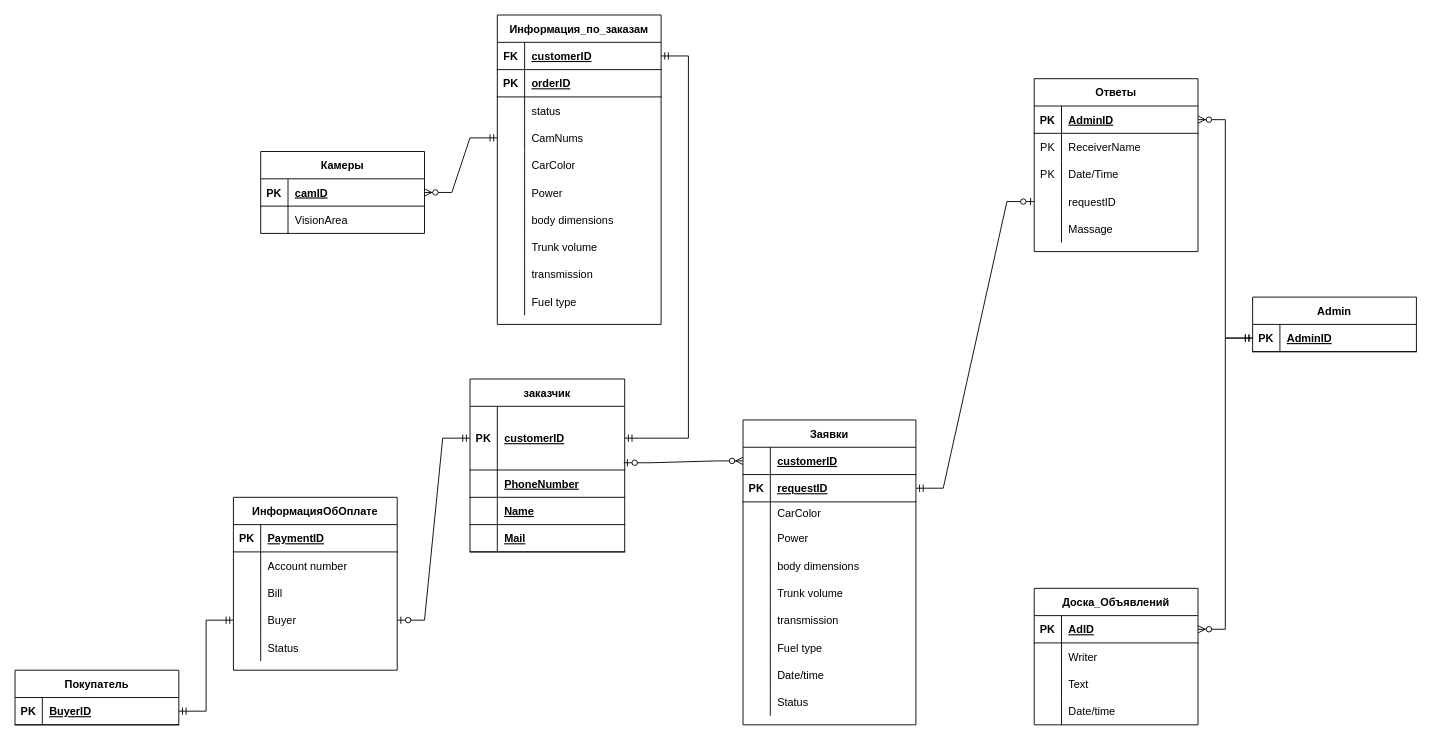
The draw.io diagram DIAGRAMS/ER.drawio in PashkoW/Repository1, before the edit. Source tidied: cells renumbered, new cells numbered last; positions are measured from the earlier drawing's top-left corner, leaving out a move shared by most shapes. Both pictures are drawn from the tidied source at 91%, with x=0, y=0 at pixel (15, 15).
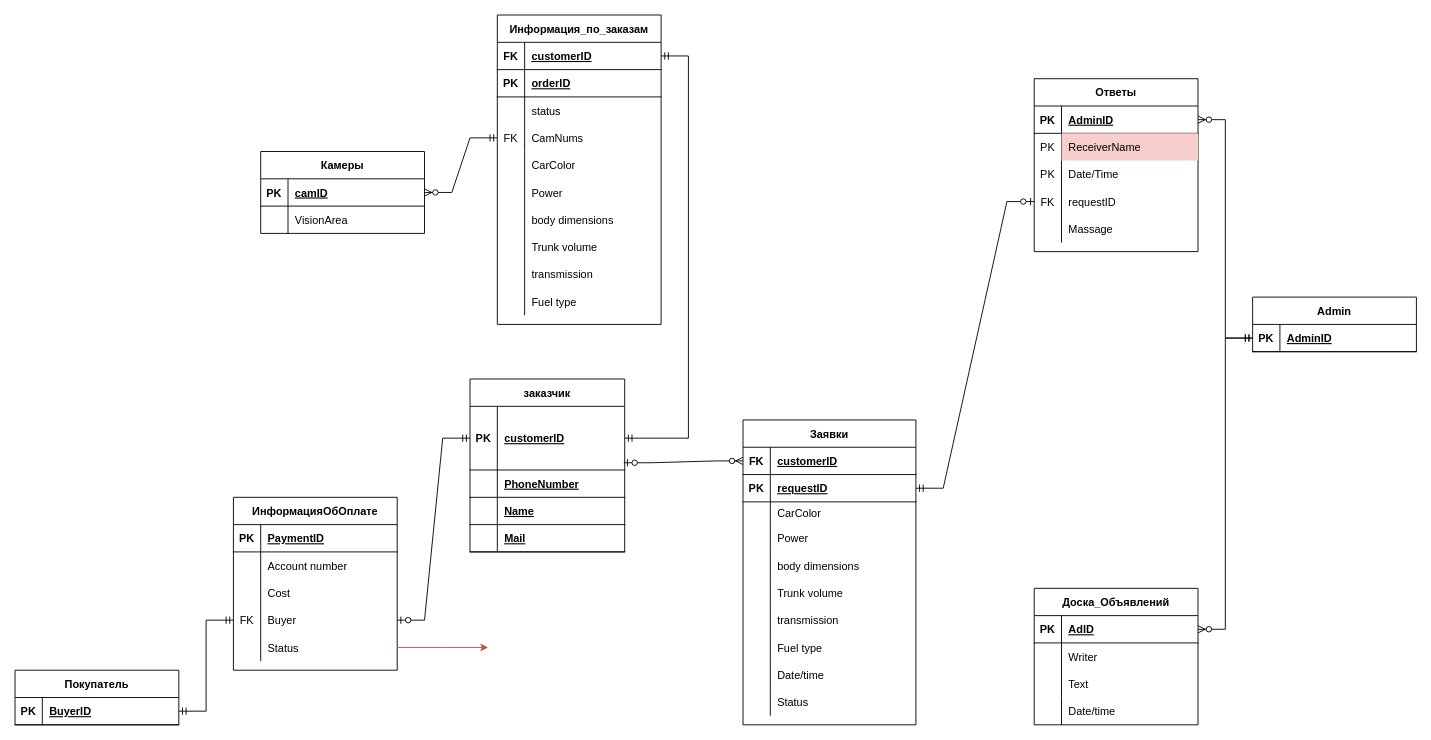
After the change.

The change refers to these unchanged cells:
```xml
<mxCell id="19" style="shape=partialRectangle;fillColor=none;top=0;left=0;bottom=0;right=0;" parent="15" vertex="1">
  <mxGeometry y="60" width="180" height="30" as="geometry" />
</mxCell>
<mxCell id="25" style="shape=partialRectangle;fillColor=none;top=0;left=0;bottom=0;right=0;points=[[0,0.5],[1,0.5]];portConstraint=eastwest;" parent="15" vertex="1">
  <mxGeometry y="120" width="180" height="30" as="geometry" />
</mxCell>
<mxCell id="41" style="shape=partialRectangle;fillColor=none;top=0;left=0;bottom=0;right=0;points=[[0,0.5],[1,0.5]];portConstraint=eastwest;" parent="31" vertex="1">
  <mxGeometry y="120" width="180" height="30" as="geometry" />
</mxCell>
<mxCell id="80" style="shape=partialRectangle;fillColor=none;top=0;left=0;bottom=1;right=0;points=[[0,0.5],[1,0.5]];portConstraint=eastwest;" parent="79" vertex="1">
  <mxGeometry y="30" width="190" height="30" as="geometry" />
</mxCell>
<mxCell id="117" style="shape=partialRectangle;fillColor=none;top=0;left=0;bottom=0;right=0;" parent="110" vertex="1">
  <mxGeometry y="90" width="180" height="30" as="geometry" />
</mxCell>
<mxCell id="120" style="shape=partialRectangle;fillColor=none;top=0;left=0;bottom=0;right=0;points=[[0,0.5],[1,0.5]];portConstraint=eastwest;" parent="110" vertex="1">
  <mxGeometry y="120" width="180" height="30" as="geometry" />
</mxCell>
<mxCell id="123" style="shape=partialRectangle;fillColor=none;top=0;left=0;bottom=0;right=0;points=[[0,0.5],[1,0.5]];portConstraint=eastwest;" parent="110" vertex="1">
  <mxGeometry y="150" width="180" height="30" as="geometry" />
</mxCell>
```

Diff of the diagram source:
```diff
@@
-    <mxCell id="21" value="ReceiverName" style="shape=partialRectangle;fillColor=none;top=0;left=0;bottom=0;right=0;align=left;spacingLeft=6;overflow=hidden;" parent="19" vertex="1">
+    <mxCell id="21" value="ReceiverName" style="shape=partialRectangle;fillColor=#f8cecc;top=0;left=0;bottom=0;right=0;align=left;spacingLeft=6;overflow=hidden;strokeColor=#b85450;" parent="19" vertex="1">
       <mxGeometry x="30" width="150" height="30" as="geometry" />
     </mxCell>
@@
-    <mxCell id="26" style="shape=partialRectangle;fillColor=none;top=0;left=0;bottom=0;right=0;overflow=hidden;" parent="25" vertex="1">
+    <mxCell id="26" value="FK" style="shape=partialRectangle;fillColor=none;top=0;left=0;bottom=0;right=0;overflow=hidden;" parent="25" vertex="1">
       <mxGeometry width="30" height="30" as="geometry" />
     </mxCell>
@@
-    <mxCell id="42" style="shape=partialRectangle;fillColor=none;top=0;left=0;bottom=0;right=0;overflow=hidden;" parent="41" vertex="1">
+    <mxCell id="42" value="FK" style="shape=partialRectangle;fillColor=none;top=0;left=0;bottom=0;right=0;overflow=hidden;" parent="41" vertex="1">
       <mxGeometry width="30" height="30" as="geometry" />
     </mxCell>
@@
-    <mxCell id="81" style="shape=partialRectangle;fillColor=none;top=0;left=0;bottom=0;right=0;fontStyle=1;overflow=hidden;" parent="80" vertex="1">
+    <mxCell id="81" value="FK" style="shape=partialRectangle;fillColor=none;top=0;left=0;bottom=0;right=0;fontStyle=1;overflow=hidden;" parent="80" vertex="1">
       <mxGeometry width="30" height="30" as="geometry" />
     </mxCell>
@@
-    <mxCell id="119" value="Bill" style="shape=partialRectangle;fillColor=none;top=0;left=0;bottom=0;right=0;align=left;spacingLeft=6;overflow=hidden;" parent="117" vertex="1">
+    <mxCell id="119" value="Cost" style="shape=partialRectangle;fillColor=none;top=0;left=0;bottom=0;right=0;align=left;spacingLeft=6;overflow=hidden;" parent="117" vertex="1">
       <mxGeometry x="30" width="150" height="30" as="geometry" />
     </mxCell>
@@
-    <mxCell id="121" style="shape=partialRectangle;fillColor=none;top=0;left=0;bottom=0;right=0;overflow=hidden;" parent="120" vertex="1">
+    <mxCell id="121" value="FK" style="shape=partialRectangle;fillColor=none;top=0;left=0;bottom=0;right=0;overflow=hidden;" parent="120" vertex="1">
       <mxGeometry width="30" height="30" as="geometry" />
     </mxCell>
@@
+    <mxCell id="145" style="edgeStyle=orthogonalEdgeStyle;rounded=0;jettySize=auto;html=1;fillColor=#f8cecc;strokeColor=#b85450;" parent="1" edge="1" source="123">
+      <mxGeometry relative="1" as="geometry">
+        <mxPoint x="520" y="695" as="targetPoint" />
+      </mxGeometry>
+    </mxCell>
```
